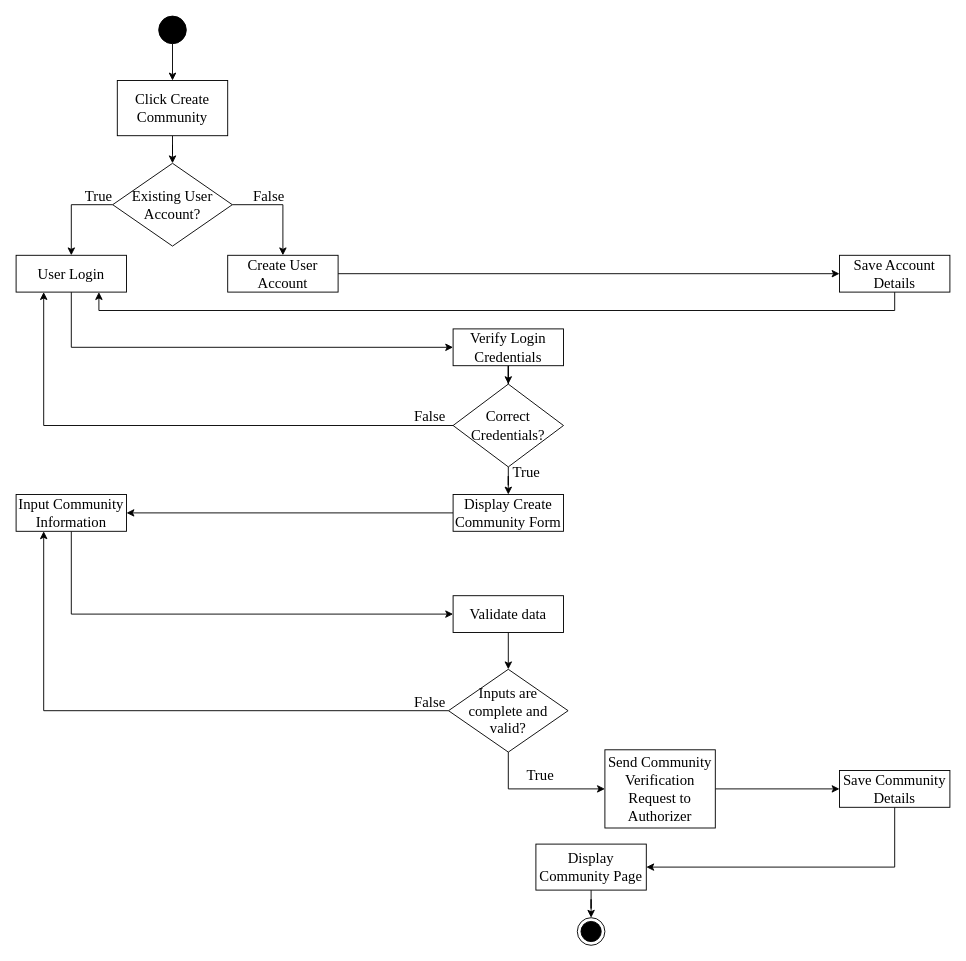
Above: page "CommunityCreation" (3 of 12) of ConnexUs_Chap3.drawio in gvillanueva01/ConnexUs_diagrams (draw.io), before the change. Source tidied: cells renumbered, new cells numbered last; positions are measured from the earlier drawing's top-left corner, leaving out a move shared by most shapes. Both pictures are drawn from the tidied source at 92%, with x=0, y=0 at pixel (16, 16).
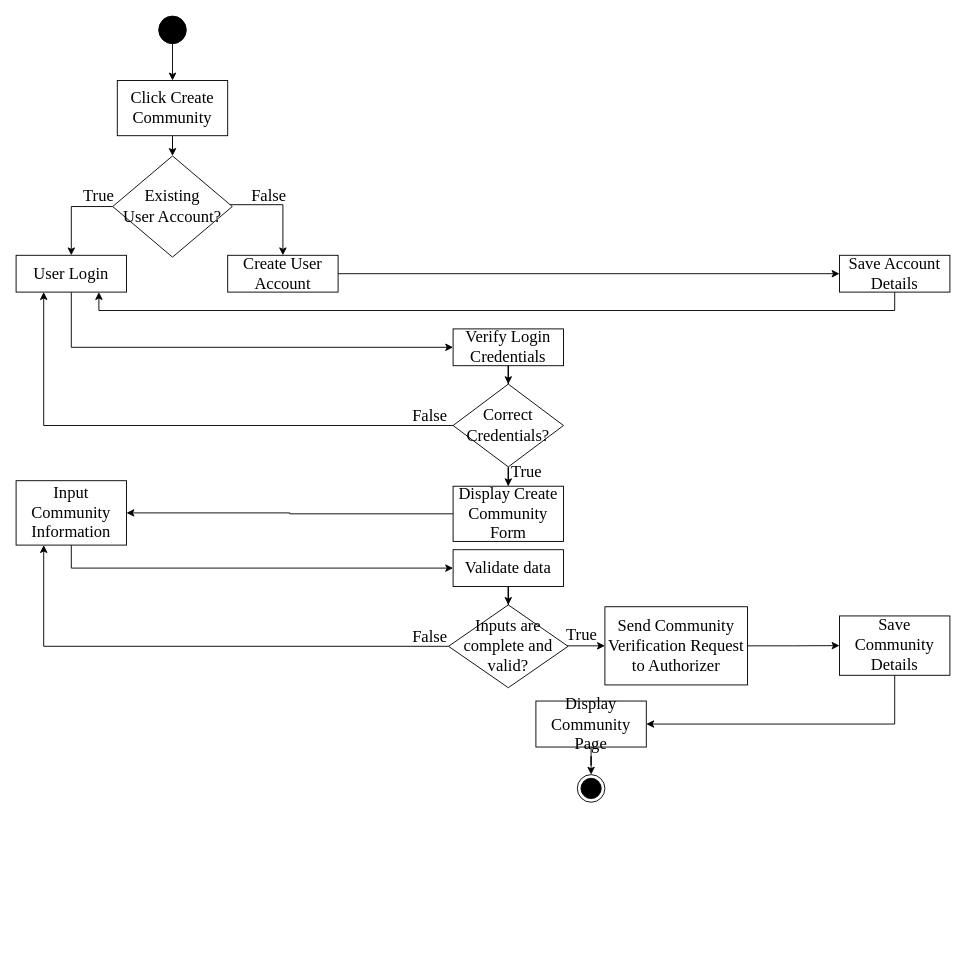
Above is the later version.

What changed in the source:
```diff
@@
-    <mxCell id="2" style="edgeStyle=orthogonalEdgeStyle;rounded=0;jettySize=auto;html=1;entryX=0.5;entryY=0;entryDx=0;entryDy=0;fontSize=16;" parent="1" edge="1" source="3" target="5">
+    <mxCell id="2" style="edgeStyle=orthogonalEdgeStyle;rounded=0;jettySize=auto;html=1;entryX=0.5;entryY=0;entryDx=0;entryDy=0;fontSize=18;" parent="1" edge="1" source="3" target="5">
       <mxGeometry relative="1" as="geometry" />
     </mxCell>
-    <mxCell id="3" style="ellipse;fillColor=strokeColor;html=1;fontSize=16;" parent="1" vertex="1">
+    <mxCell id="3" style="ellipse;fillColor=strokeColor;html=1;fontSize=18;" parent="1" vertex="1">
       <mxGeometry x="155" width="30" height="30" as="geometry" />
     </mxCell>
-    <mxCell id="4" style="edgeStyle=orthogonalEdgeStyle;rounded=0;jettySize=auto;html=1;entryX=0.5;entryY=0;entryDx=0;entryDy=0;fontSize=16;" parent="1" edge="1" source="5" target="15">
+    <mxCell id="4" style="edgeStyle=orthogonalEdgeStyle;rounded=0;jettySize=auto;html=1;entryX=0.5;entryY=0;entryDx=0;entryDy=0;fontSize=18;" parent="1" edge="1" source="5" target="15">
       <mxGeometry relative="1" as="geometry" />
     </mxCell>
-    <mxCell id="5" value="Click Create Community" style="rounded=0;whiteSpace=wrap;html=1;fontFamily=Times New Roman;fontSize=16;" parent="1" vertex="1">
+    <mxCell id="5" value="Click Create Community" style="rounded=0;whiteSpace=wrap;html=1;fontFamily=Times New Roman;fontSize=18;" parent="1" vertex="1">
       <mxGeometry x="110" y="70" width="120" height="60" as="geometry" />
     </mxCell>
-    <mxCell id="6" style="edgeStyle=orthogonalEdgeStyle;rounded=0;jettySize=auto;html=1;entryX=0.75;entryY=1;entryDx=0;entryDy=0;fontSize=16;" parent="1" edge="1" source="7" target="19">
+    <mxCell id="6" style="edgeStyle=orthogonalEdgeStyle;rounded=0;jettySize=auto;html=1;entryX=0.75;entryY=1;entryDx=0;entryDy=0;fontSize=18;" parent="1" edge="1" source="7" target="19">
       <mxGeometry relative="1" as="geometry">
         <Array as="points">
           <mxPoint x="955" y="320" />
           <mxPoint x="90" y="320" />
         </Array>
       </mxGeometry>
     </mxCell>
-    <mxCell id="7" value="Save Account Details" style="rounded=0;whiteSpace=wrap;html=1;fontFamily=Times New Roman;fontSize=16;" parent="1" vertex="1">
+    <mxCell id="7" value="Save Account Details" style="rounded=0;whiteSpace=wrap;html=1;fontFamily=Times New Roman;fontSize=18;" parent="1" vertex="1">
       <mxGeometry x="895" y="260" width="120" height="40" as="geometry" />
     </mxCell>
-    <mxCell id="8" style="edgeStyle=orthogonalEdgeStyle;rounded=0;jettySize=auto;html=1;fontSize=16;" parent="1" edge="1" source="9" target="23">
+    <mxCell id="8" style="edgeStyle=orthogonalEdgeStyle;rounded=0;jettySize=auto;html=1;fontSize=18;" parent="1" edge="1" source="9" target="23">
       <mxGeometry relative="1" as="geometry" />
     </mxCell>
-    <mxCell id="9" value="Display Create Community Form" style="rounded=0;whiteSpace=wrap;html=1;fontFamily=Times New Roman;fontSize=16;" parent="1" vertex="1">
-      <mxGeometry x="475" y="520" width="120" height="40" as="geometry" />
+    <mxCell id="9" value="Display Create Community Form" style="rounded=0;whiteSpace=wrap;html=1;fontFamily=Times New Roman;fontSize=18;" parent="1" vertex="1">
+      <mxGeometry x="475" y="511" width="120" height="60" as="geometry" />
     </mxCell>
-    <mxCell id="10" style="edgeStyle=orthogonalEdgeStyle;rounded=0;jettySize=auto;html=1;entryX=0.25;entryY=1;entryDx=0;entryDy=0;fontSize=16;" parent="1" edge="1" source="12" target="19">
+    <mxCell id="10" style="edgeStyle=orthogonalEdgeStyle;rounded=0;jettySize=auto;html=1;entryX=0.25;entryY=1;entryDx=0;entryDy=0;fontSize=18;" parent="1" edge="1" source="12" target="19">
       <mxGeometry relative="1" as="geometry" />
     </mxCell>
-    <mxCell id="11" style="edgeStyle=orthogonalEdgeStyle;rounded=0;jettySize=auto;html=1;entryX=0.5;entryY=0;entryDx=0;entryDy=0;fontSize=16;" parent="1" edge="1" source="12" target="9">
+    <mxCell id="11" style="edgeStyle=orthogonalEdgeStyle;rounded=0;jettySize=auto;html=1;entryX=0.5;entryY=0;entryDx=0;entryDy=0;fontSize=18;" parent="1" edge="1" source="12" target="9">
       <mxGeometry relative="1" as="geometry" />
     </mxCell>
-    <mxCell id="12" value="&lt;font face=&quot;Times New Roman&quot; style=&quot;font-size: 16px;&quot;&gt;Correct Credentials?&lt;/font&gt;" style="shape=rhombus;html=1;dashed=0;whiteSpace=wrap;perimeter=rhombusPerimeter;fontSize=16;" parent="1" vertex="1">
+    <mxCell id="12" value="&lt;font face=&quot;Times New Roman&quot; style=&quot;font-size: 18px;&quot;&gt;Correct Credentials?&lt;/font&gt;" style="shape=rhombus;html=1;dashed=0;whiteSpace=wrap;perimeter=rhombusPerimeter;fontSize=18;" parent="1" vertex="1">
       <mxGeometry x="475" y="400" width="120" height="90" as="geometry" />
     </mxCell>
-    <mxCell id="13" style="edgeStyle=orthogonalEdgeStyle;rounded=0;jettySize=auto;html=1;exitX=0;exitY=0.5;exitDx=0;exitDy=0;fontSize=16;" parent="1" edge="1" source="15" target="19">
+    <mxCell id="13" style="edgeStyle=orthogonalEdgeStyle;rounded=0;jettySize=auto;html=1;exitX=0;exitY=0.5;exitDx=0;exitDy=0;fontSize=18;" parent="1" edge="1" source="15" target="19">
       <mxGeometry relative="1" as="geometry" />
     </mxCell>
-    <mxCell id="14" style="edgeStyle=orthogonalEdgeStyle;rounded=0;jettySize=auto;html=1;fontSize=16;" parent="1" edge="1" source="15" target="17">
+    <mxCell id="14" style="edgeStyle=orthogonalEdgeStyle;rounded=0;jettySize=auto;html=1;fontSize=18;" parent="1" edge="1" source="15" target="17">
       <mxGeometry relative="1" as="geometry">
         <Array as="points">
           <mxPoint x="290" y="205" />
         </Array>
       </mxGeometry>
     </mxCell>
-    <mxCell id="15" value="&lt;font face=&quot;Times New Roman&quot; style=&quot;font-size: 16px;&quot;&gt;Existing User Account?&lt;/font&gt;" style="shape=rhombus;html=1;dashed=0;whiteSpace=wrap;perimeter=rhombusPerimeter;fontSize=16;" parent="1" vertex="1">
-      <mxGeometry x="105" y="160" width="130" height="90" as="geometry" />
+    <mxCell id="15" value="&lt;font face=&quot;Times New Roman&quot; style=&quot;font-size: 18px;&quot;&gt;Existing &lt;br&gt;User Account?&lt;/font&gt;" style="shape=rhombus;html=1;dashed=0;whiteSpace=wrap;perimeter=rhombusPerimeter;fontSize=18;" parent="1" vertex="1">
+      <mxGeometry x="105" y="152" width="130" height="110" as="geometry" />
     </mxCell>
-    <mxCell id="16" style="edgeStyle=orthogonalEdgeStyle;rounded=0;jettySize=auto;html=1;entryX=0;entryY=0.5;entryDx=0;entryDy=0;fontSize=16;" parent="1" edge="1" source="17" target="7">
+    <mxCell id="16" style="edgeStyle=orthogonalEdgeStyle;rounded=0;jettySize=auto;html=1;entryX=0;entryY=0.5;entryDx=0;entryDy=0;fontSize=18;" parent="1" edge="1" source="17" target="7">
       <mxGeometry relative="1" as="geometry" />
     </mxCell>
-    <mxCell id="17" value="Create User Account" style="rounded=0;whiteSpace=wrap;html=1;fontFamily=Times New Roman;fontSize=16;" parent="1" vertex="1">
+    <mxCell id="17" value="Create User Account" style="rounded=0;whiteSpace=wrap;html=1;fontFamily=Times New Roman;fontSize=18;" parent="1" vertex="1">
       <mxGeometry x="230" y="260" width="120" height="40" as="geometry" />
     </mxCell>
-    <mxCell id="18" style="edgeStyle=orthogonalEdgeStyle;rounded=0;jettySize=auto;html=1;entryX=0;entryY=0.5;entryDx=0;entryDy=0;fontSize=16;" parent="1" edge="1" source="19" target="21">
+    <mxCell id="18" style="edgeStyle=orthogonalEdgeStyle;rounded=0;jettySize=auto;html=1;entryX=0;entryY=0.5;entryDx=0;entryDy=0;fontSize=18;" parent="1" edge="1" source="19" target="21">
       <mxGeometry relative="1" as="geometry">
         <Array as="points">
           <mxPoint x="60" y="360" />
         </Array>
       </mxGeometry>
     </mxCell>
-    <mxCell id="19" value="User Login" style="rounded=0;whiteSpace=wrap;html=1;fontFamily=Times New Roman;fontSize=16;" parent="1" vertex="1">
+    <mxCell id="19" value="User Login" style="rounded=0;whiteSpace=wrap;html=1;fontFamily=Times New Roman;fontSize=18;" parent="1" vertex="1">
       <mxGeometry y="260" width="120" height="40" as="geometry" />
     </mxCell>
-    <mxCell id="20" style="edgeStyle=orthogonalEdgeStyle;rounded=0;jettySize=auto;html=1;entryX=0.5;entryY=0;entryDx=0;entryDy=0;fontSize=16;" parent="1" edge="1" source="21" target="12">
+    <mxCell id="20" style="edgeStyle=orthogonalEdgeStyle;rounded=0;jettySize=auto;html=1;entryX=0.5;entryY=0;entryDx=0;entryDy=0;fontSize=18;" parent="1" edge="1" source="21" target="12">
       <mxGeometry relative="1" as="geometry" />
     </mxCell>
-    <mxCell id="21" value="Verify Login Credentials" style="rounded=0;whiteSpace=wrap;html=1;fontFamily=Times New Roman;fontSize=16;" parent="1" vertex="1">
+    <mxCell id="21" value="Verify Login Credentials" style="rounded=0;whiteSpace=wrap;html=1;fontFamily=Times New Roman;fontSize=18;" parent="1" vertex="1">
       <mxGeometry x="475" y="340" width="120" height="40" as="geometry" />
     </mxCell>
-    <mxCell id="22" style="edgeStyle=orthogonalEdgeStyle;rounded=0;jettySize=auto;html=1;entryX=0;entryY=0.5;entryDx=0;entryDy=0;fontSize=16;" parent="1" edge="1" source="23" target="25">
+    <mxCell id="22" style="edgeStyle=orthogonalEdgeStyle;rounded=0;jettySize=auto;html=1;entryX=0;entryY=0.5;entryDx=0;entryDy=0;fontSize=18;" parent="1" edge="1" source="23" target="25">
       <mxGeometry relative="1" as="geometry">
         <Array as="points">
-          <mxPoint x="60" y="650" />
+          <mxPoint x="60" y="600" />
         </Array>
       </mxGeometry>
     </mxCell>
-    <mxCell id="23" value="Input Community Information" style="rounded=0;whiteSpace=wrap;html=1;fontFamily=Times New Roman;fontSize=16;" parent="1" vertex="1">
-      <mxGeometry y="520" width="120" height="40" as="geometry" />
+    <mxCell id="23" value="Input Community Information" style="rounded=0;whiteSpace=wrap;html=1;fontFamily=Times New Roman;fontSize=18;" parent="1" vertex="1">
+      <mxGeometry y="505" width="120" height="70" as="geometry" />
     </mxCell>
-    <mxCell id="24" style="edgeStyle=orthogonalEdgeStyle;rounded=0;jettySize=auto;html=1;entryX=0.5;entryY=0;entryDx=0;entryDy=0;fontSize=16;" parent="1" edge="1" source="25" target="28">
+    <mxCell id="24" style="edgeStyle=orthogonalEdgeStyle;rounded=0;jettySize=auto;html=1;entryX=0.5;entryY=0;entryDx=0;entryDy=0;fontSize=18;" parent="1" edge="1" source="25" target="28">
       <mxGeometry relative="1" as="geometry" />
     </mxCell>
-    <mxCell id="25" value="Validate data" style="rounded=0;whiteSpace=wrap;html=1;fontFamily=Times New Roman;fontSize=16;" parent="1" vertex="1">
-      <mxGeometry x="475" y="630" width="120" height="40" as="geometry" />
+    <mxCell id="25" value="Validate data" style="rounded=0;whiteSpace=wrap;html=1;fontFamily=Times New Roman;fontSize=18;" parent="1" vertex="1">
+      <mxGeometry x="475" y="580" width="120" height="40" as="geometry" />
     </mxCell>
-    <mxCell id="26" style="edgeStyle=orthogonalEdgeStyle;rounded=0;jettySize=auto;html=1;exitX=0;exitY=0.5;exitDx=0;exitDy=0;entryX=0.25;entryY=1;entryDx=0;entryDy=0;fontSize=16;" parent="1" edge="1" source="28" target="23">
+    <mxCell id="26" style="edgeStyle=orthogonalEdgeStyle;rounded=0;jettySize=auto;html=1;exitX=0;exitY=0.5;exitDx=0;exitDy=0;entryX=0.25;entryY=1;entryDx=0;entryDy=0;fontSize=18;" parent="1" edge="1" source="28" target="23">
       <mxGeometry relative="1" as="geometry" />
     </mxCell>
-    <mxCell id="27" style="edgeStyle=orthogonalEdgeStyle;rounded=0;jettySize=auto;html=1;entryX=0;entryY=0.5;entryDx=0;entryDy=0;fontSize=16;" parent="1" edge="1" source="28" target="32">
+    <mxCell id="27" style="edgeStyle=orthogonalEdgeStyle;rounded=0;jettySize=auto;html=1;entryX=0;entryY=0.5;entryDx=0;entryDy=0;fontSize=18;" parent="1" edge="1" target="32">
       <mxGeometry relative="1" as="geometry">
+        <mxPoint x="535.1" y="644.5" as="sourcePoint" />
         <Array as="points">
-          <mxPoint x="535" y="840" />
+          <mxPoint x="535" y="684.5" />
         </Array>
       </mxGeometry>
     </mxCell>
-    <mxCell id="28" value="&lt;font face=&quot;Times New Roman&quot; style=&quot;font-size: 16px;&quot;&gt;Inputs are &lt;br style=&quot;font-size: 16px;&quot;&gt;complete and &lt;br style=&quot;font-size: 16px;&quot;&gt;valid?&lt;/font&gt;" style="shape=rhombus;html=1;dashed=0;whiteSpace=wrap;perimeter=rhombusPerimeter;fontSize=16;" parent="1" vertex="1">
-      <mxGeometry x="470" y="710" width="130" height="90" as="geometry" />
+    <mxCell id="28" value="&lt;font face=&quot;Times New Roman&quot; style=&quot;font-size: 18px;&quot;&gt;Inputs are &lt;br style=&quot;font-size: 18px;&quot;&gt;complete and &lt;br style=&quot;font-size: 18px;&quot;&gt;valid?&lt;/font&gt;" style="shape=rhombus;html=1;dashed=0;whiteSpace=wrap;perimeter=rhombusPerimeter;fontSize=18;" parent="1" vertex="1">
+      <mxGeometry x="470" y="640" width="130" height="90" as="geometry" />
     </mxCell>
-    <mxCell id="29" style="edgeStyle=orthogonalEdgeStyle;rounded=0;jettySize=auto;html=1;entryX=1;entryY=0.5;entryDx=0;entryDy=0;fontSize=16;" parent="1" edge="1" source="30" target="34">
+    <mxCell id="29" style="edgeStyle=orthogonalEdgeStyle;rounded=0;jettySize=auto;html=1;entryX=1;entryY=0.5;entryDx=0;entryDy=0;fontSize=18;" parent="1" edge="1" source="30" target="34">
       <mxGeometry relative="1" as="geometry">
         <Array as="points">
-          <mxPoint x="955" y="925" />
+          <mxPoint x="955" y="769.5" />
         </Array>
       </mxGeometry>
     </mxCell>
-    <mxCell id="30" value="Save Community Details" style="rounded=0;whiteSpace=wrap;html=1;fontFamily=Times New Roman;fontSize=16;" parent="1" vertex="1">
-      <mxGeometry x="895" y="820" width="120" height="40" as="geometry" />
+    <mxCell id="30" value="Save Community Details" style="rounded=0;whiteSpace=wrap;html=1;fontFamily=Times New Roman;fontSize=18;" parent="1" vertex="1">
+      <mxGeometry x="895" y="652" width="120" height="64.5" as="geometry" />
     </mxCell>
-    <mxCell id="31" style="edgeStyle=orthogonalEdgeStyle;rounded=0;jettySize=auto;html=1;entryX=0;entryY=0.5;entryDx=0;entryDy=0;fontSize=16;" parent="1" edge="1" source="32" target="30">
+    <mxCell id="31" style="edgeStyle=orthogonalEdgeStyle;rounded=0;jettySize=auto;html=1;entryX=0;entryY=0.5;entryDx=0;entryDy=0;fontSize=18;" parent="1" edge="1" source="32" target="30">
       <mxGeometry relative="1" as="geometry" />
     </mxCell>
-    <mxCell id="32" value="Send Community Verification Request to Authorizer" style="rounded=0;whiteSpace=wrap;html=1;fontFamily=Times New Roman;fontSize=16;" parent="1" vertex="1">
-      <mxGeometry x="640" y="797.5" width="120" height="85" as="geometry" />
+    <mxCell id="32" value="Send Community Verification Request to Authorizer" style="rounded=0;whiteSpace=wrap;html=1;fontFamily=Times New Roman;fontSize=18;" parent="1" vertex="1">
+      <mxGeometry x="640" y="642" width="155" height="85" as="geometry" />
     </mxCell>
-    <mxCell id="33" style="edgeStyle=orthogonalEdgeStyle;rounded=0;jettySize=auto;html=1;entryX=0.5;entryY=0;entryDx=0;entryDy=0;fontSize=16;" parent="1" edge="1" source="34" target="35">
+    <mxCell id="33" style="edgeStyle=orthogonalEdgeStyle;rounded=0;jettySize=auto;html=1;entryX=0.5;entryY=0;entryDx=0;entryDy=0;fontSize=18;" parent="1" edge="1" source="34" target="35">
       <mxGeometry relative="1" as="geometry" />
     </mxCell>
-    <mxCell id="34" value="Display Community Page" style="rounded=0;whiteSpace=wrap;html=1;fontFamily=Times New Roman;fontSize=16;" parent="1" vertex="1">
-      <mxGeometry x="565" y="900" width="120" height="50" as="geometry" />
+    <mxCell id="34" value="Display Community Page" style="rounded=0;whiteSpace=wrap;html=1;fontFamily=Times New Roman;fontSize=18;" parent="1" vertex="1">
+      <mxGeometry x="565" y="744.5" width="120" height="50" as="geometry" />
     </mxCell>
-    <mxCell id="35" style="ellipse;html=1;shape=endState;fillColor=strokeColor;fontSize=16;" parent="1" vertex="1">
-      <mxGeometry x="610" y="980" width="30" height="30" as="geometry" />
+    <mxCell id="35" style="ellipse;html=1;shape=endState;fillColor=strokeColor;fontSize=18;" parent="1" vertex="1">
+      <mxGeometry x="610" y="824.5" width="30" height="30" as="geometry" />
     </mxCell>
-    <mxCell id="36" value="True" style="text;html=1;strokeColor=none;fillColor=none;align=center;verticalAlign=middle;whiteSpace=wrap;rounded=0;fontFamily=Times New Roman;fontSize=16;" parent="1" vertex="1">
+    <mxCell id="36" value="True" style="text;html=1;strokeColor=none;fillColor=none;align=center;verticalAlign=middle;whiteSpace=wrap;rounded=0;fontFamily=Times New Roman;fontSize=18;" parent="1" vertex="1">
       <mxGeometry x="60" y="180" width="60" height="30" as="geometry" />
     </mxCell>
-    <mxCell id="37" value="False" style="text;html=1;strokeColor=none;fillColor=none;align=center;verticalAlign=middle;whiteSpace=wrap;rounded=0;fontFamily=Times New Roman;fontSize=16;" parent="1" vertex="1">
+    <mxCell id="37" value="False" style="text;html=1;strokeColor=none;fillColor=none;align=center;verticalAlign=middle;whiteSpace=wrap;rounded=0;fontFamily=Times New Roman;fontSize=18;" parent="1" vertex="1">
       <mxGeometry x="245" y="180" width="60" height="30" as="geometry" />
     </mxCell>
-    <mxCell id="38" value="False" style="text;html=1;strokeColor=none;fillColor=none;align=center;verticalAlign=middle;whiteSpace=wrap;rounded=0;fontFamily=Times New Roman;fontSize=16;" parent="1" vertex="1">
+    <mxCell id="38" value="False" style="text;html=1;strokeColor=none;fillColor=none;align=center;verticalAlign=middle;whiteSpace=wrap;rounded=0;fontFamily=Times New Roman;fontSize=18;" parent="1" vertex="1">
       <mxGeometry x="420" y="420" width="60" height="30" as="geometry" />
     </mxCell>
-    <mxCell id="39" value="True" style="text;html=1;strokeColor=none;fillColor=none;align=center;verticalAlign=middle;whiteSpace=wrap;rounded=0;fontFamily=Times New Roman;fontSize=16;" parent="1" vertex="1">
+    <mxCell id="39" value="True" style="text;html=1;strokeColor=none;fillColor=none;align=center;verticalAlign=middle;whiteSpace=wrap;rounded=0;fontFamily=Times New Roman;fontSize=18;" parent="1" vertex="1">
       <mxGeometry x="525" y="480" width="60" height="30" as="geometry" />
     </mxCell>
-    <mxCell id="40" value="True" style="text;html=1;strokeColor=none;fillColor=none;align=center;verticalAlign=middle;whiteSpace=wrap;rounded=0;fontFamily=Times New Roman;fontSize=16;" parent="1" vertex="1">
-      <mxGeometry x="540" y="810" width="60" height="30" as="geometry" />
+    <mxCell id="40" value="True" style="text;html=1;strokeColor=none;fillColor=none;align=center;verticalAlign=middle;whiteSpace=wrap;rounded=0;fontFamily=Times New Roman;fontSize=18;" parent="1" vertex="1">
+      <mxGeometry x="585" y="658" width="60" height="30" as="geometry" />
     </mxCell>
-    <mxCell id="41" value="False" style="text;html=1;strokeColor=none;fillColor=none;align=center;verticalAlign=middle;whiteSpace=wrap;rounded=0;fontFamily=Times New Roman;fontSize=16;" parent="1" vertex="1">
-      <mxGeometry x="420" y="730" width="60" height="30" as="geometry" />
+    <mxCell id="41" value="False" style="text;html=1;strokeColor=none;fillColor=none;align=center;verticalAlign=middle;whiteSpace=wrap;rounded=0;fontFamily=Times New Roman;fontSize=18;" parent="1" vertex="1">
+      <mxGeometry x="420" y="660" width="60" height="30" as="geometry" />
     </mxCell>
```
